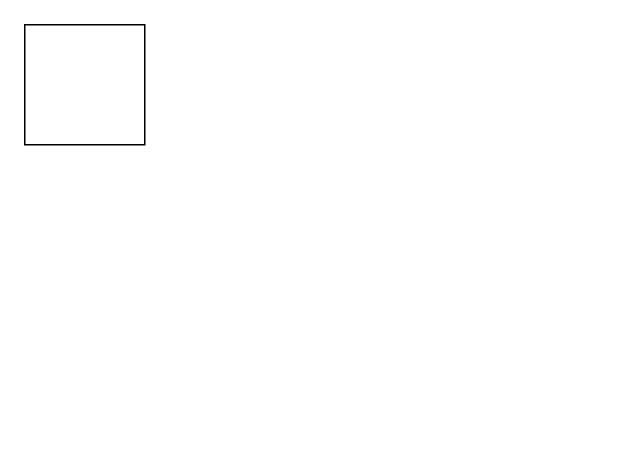
Above: doc/homelab.drawio in mrlanzelot/ha_to_postgres (draw.io), before the change. Source tidied: cells renumbered, new cells numbered last; positions are measured from the earlier drawing's top-left corner, leaving out a move shared by most shapes. Both pictures are drawn from the tidied source at 150%, with x=0, y=0 at pixel (24, 24).
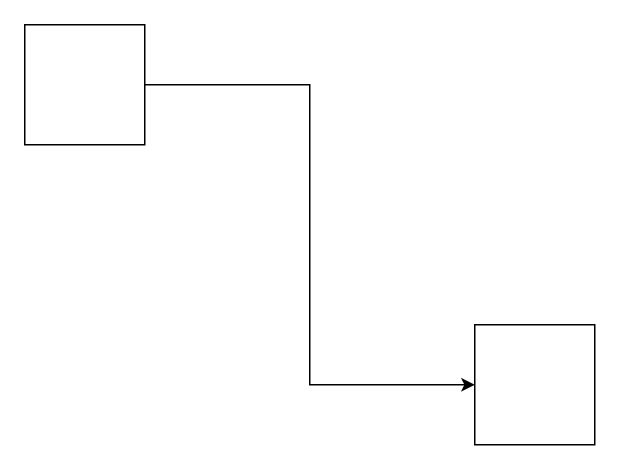
Above is the later version.

Diff of the diagram source:
```diff
@@
 <mxGraphModel>
   <root>
     <mxCell id="0" />
     <mxCell id="1" parent="0" />
+    <mxCell id="3" style="edgeStyle=orthogonalEdgeStyle;rounded=0;jettySize=auto;html=1;exitX=1;exitY=0.5;exitDx=0;exitDy=0;entryX=0;entryY=0.5;entryDx=0;entryDy=0;" parent="1" edge="1" source="2" target="4">
+      <mxGeometry relative="1" as="geometry" />
+    </mxCell>
     <mxCell id="2" style="whiteSpace=wrap;html=1;" parent="1" vertex="1">
       <mxGeometry width="80" height="80" as="geometry" />
     </mxCell>
+    <mxCell id="4" style="whiteSpace=wrap;html=1;" parent="1" vertex="1">
+      <mxGeometry x="300" y="200" width="80" height="80" as="geometry" />
+    </mxCell>
   </root>
 </mxGraphModel>
```
